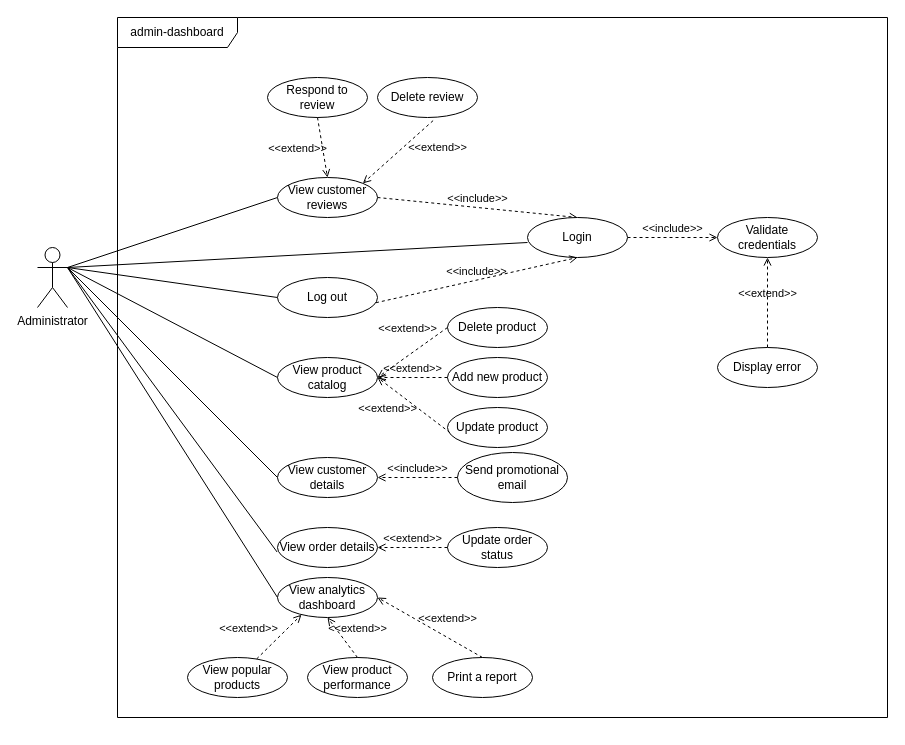
Before: page "admin-dashboard" (2 of 2) of resources/diagrams/use-case.dio in steamysips/steamy-sips, a draw.io diagram. Source tidied: cells renumbered, new cells numbered last; positions are measured from the earlier drawing's top-left corner, leaving out a move shared by most shapes. Both pictures are drawn from the tidied source at 100%, with x=0, y=0 at pixel (37, 17).
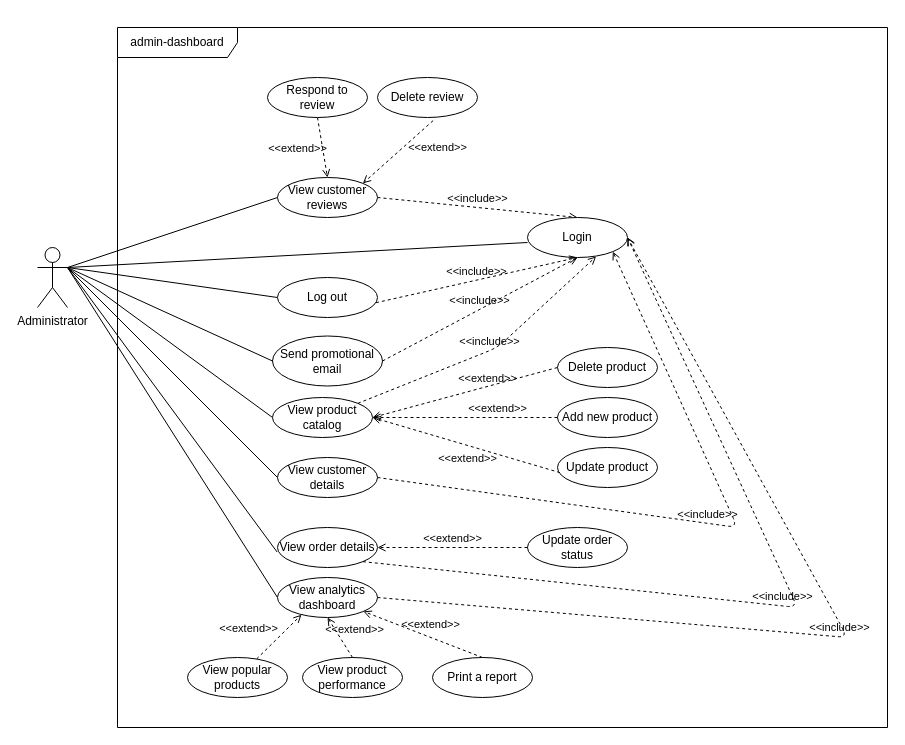
Above is the later version.

Unchanged cells that the change refers to:
```xml
<mxCell id="2" value="Administrator" style="shape=umlActor;verticalLabelPosition=bottom;verticalAlign=top;html=1;" parent="1" vertex="1">
  <mxGeometry y="230" width="30" height="60" as="geometry" />
</mxCell>
<mxCell id="15" value="Login" style="ellipse;whiteSpace=wrap;html=1;align=center;" parent="1" vertex="1">
  <mxGeometry x="490" y="200" width="100" height="40" as="geometry" />
</mxCell>
<mxCell id="17" value="View analytics dashboard" style="ellipse;whiteSpace=wrap;html=1;align=center;" parent="1" vertex="1">
  <mxGeometry x="240" y="560" width="100" height="40" as="geometry" />
</mxCell>
<mxCell id="25" value="View customer details" style="ellipse;whiteSpace=wrap;html=1;align=center;" parent="1" vertex="1">
  <mxGeometry x="240" y="440" width="100" height="40" as="geometry" />
</mxCell>
<mxCell id="26" value="View order details" style="ellipse;whiteSpace=wrap;html=1;align=center;" parent="1" vertex="1">
  <mxGeometry x="240" y="510" width="100" height="40" as="geometry" />
</mxCell>
<mxCell id="30" value="Print a report" style="ellipse;whiteSpace=wrap;html=1;align=center;" parent="1" vertex="1">
  <mxGeometry x="395" y="640" width="100" height="40" as="geometry" />
</mxCell>
```

Diff of the diagram source:
```diff
@@
-    <mxCell id="11" value="&amp;lt;&amp;lt;include&amp;gt;&amp;gt;" style="html=1;verticalAlign=bottom;labelBackgroundColor=none;endArrow=open;endFill=0;dashed=1;exitX=1;exitY=0.5;exitDx=0;exitDy=0;entryX=0;entryY=0.5;entryDx=0;entryDy=0;" parent="1" edge="1" source="15" target="27">
-      <mxGeometry relative="1" as="geometry" />
-    </mxCell>
-    <mxCell id="12" value="&amp;lt;&amp;lt;extend&amp;gt;&amp;gt;" style="html=1;verticalAlign=bottom;labelBackgroundColor=none;endArrow=open;endFill=0;dashed=1;exitX=0.5;exitY=0;exitDx=0;exitDy=0;entryX=0.5;entryY=1;entryDx=0;entryDy=0;" parent="1" edge="1" target="27">
-      <mxGeometry relative="1" as="geometry">
-        <mxPoint x="730" y="330" as="sourcePoint" />
-      </mxGeometry>
-    </mxCell>
     <mxCell id="13" value="admin-dashboard" style="shape=umlFrame;whiteSpace=wrap;html=1;width=120;height=30;" parent="1" vertex="1">
-      <mxGeometry x="80" width="770" height="700" as="geometry" />
+      <mxGeometry x="80" y="10" width="770" height="700" as="geometry" />
     </mxCell>
@@
     <mxCell id="18" value="View product&lt;br&gt;catalog" style="ellipse;whiteSpace=wrap;html=1;align=center;" parent="1" vertex="1">
-      <mxGeometry x="240" y="340" width="100" height="40" as="geometry" />
+      <mxGeometry x="235" y="380" width="100" height="40" as="geometry" />
     </mxCell>
     <mxCell id="19" value="Add new product" style="ellipse;whiteSpace=wrap;html=1;align=center;" parent="1" vertex="1">
-      <mxGeometry x="410" y="340" width="100" height="40" as="geometry" />
+      <mxGeometry x="520" y="380" width="100" height="40" as="geometry" />
     </mxCell>
     <mxCell id="20" value="Update product" style="ellipse;whiteSpace=wrap;html=1;align=center;" parent="1" vertex="1">
-      <mxGeometry x="410" y="390" width="100" height="40" as="geometry" />
+      <mxGeometry x="520" y="430" width="100" height="40" as="geometry" />
     </mxCell>
     <mxCell id="21" value="Delete product" style="ellipse;whiteSpace=wrap;html=1;align=center;" parent="1" vertex="1">
-      <mxGeometry x="410" y="290" width="100" height="40" as="geometry" />
+      <mxGeometry x="520" y="330" width="100" height="40" as="geometry" />
     </mxCell>
     <mxCell id="22" value="&amp;lt;&amp;lt;extend&amp;gt;&amp;gt;" style="html=1;verticalAlign=bottom;labelBackgroundColor=none;endArrow=open;endFill=0;dashed=1;exitX=0;exitY=0.5;exitDx=0;exitDy=0;entryX=1;entryY=0.5;entryDx=0;entryDy=0;" parent="1" edge="1" source="21" target="18">
-      <mxGeometry x="-0.11" y="-15" relative="1" as="geometry" />
+      <mxGeometry x="-0.24" y="1" relative="1" as="geometry" />
     </mxCell>
     <mxCell id="23" value="&amp;lt;&amp;lt;extend&amp;gt;&amp;gt;" style="html=1;verticalAlign=bottom;labelBackgroundColor=none;endArrow=open;endFill=0;dashed=1;exitX=0;exitY=0.5;exitDx=0;exitDy=0;" parent="1" edge="1" source="19">
-      <mxGeometry relative="1" as="geometry">
-        <mxPoint x="340" y="360" as="targetPoint" />
+      <mxGeometry x="-0.35" relative="1" as="geometry">
+        <mxPoint x="335" y="400" as="targetPoint" />
       </mxGeometry>
     </mxCell>
     <mxCell id="24" value="&amp;lt;&amp;lt;extend&amp;gt;&amp;gt;" style="html=1;verticalAlign=bottom;labelBackgroundColor=none;endArrow=open;endFill=0;dashed=1;exitX=0.025;exitY=0.628;exitDx=0;exitDy=0;exitPerimeter=0;entryX=1;entryY=0.5;entryDx=0;entryDy=0;" parent="1" edge="1" source="20" target="18">
-      <mxGeometry x="0.29" y="26" relative="1" as="geometry" />
+      <mxGeometry x="-0.08" y="21" relative="1" as="geometry" />
     </mxCell>
@@
-    <mxCell id="27" value="Validate credentials" style="ellipse;whiteSpace=wrap;html=1;align=center;" parent="1" vertex="1">
-      <mxGeometry x="680" y="200" width="100" height="40" as="geometry" />
-    </mxCell>
-    <mxCell id="28" value="Display error" style="ellipse;whiteSpace=wrap;html=1;align=center;" parent="1" vertex="1">
-      <mxGeometry x="680" y="330" width="100" height="40" as="geometry" />
-    </mxCell>
     <mxCell id="29" value="Update order status" style="ellipse;whiteSpace=wrap;html=1;align=center;" parent="1" vertex="1">
-      <mxGeometry x="410" y="510" width="100" height="40" as="geometry" />
+      <mxGeometry x="490" y="510" width="100" height="40" as="geometry" />
     </mxCell>
@@
-    <mxCell id="31" value="&amp;lt;&amp;lt;extend&amp;gt;&amp;gt;" style="html=1;verticalAlign=bottom;labelBackgroundColor=none;endArrow=open;endFill=0;dashed=1;exitX=0.5;exitY=0;exitDx=0;exitDy=0;entryX=1;entryY=0.5;entryDx=0;entryDy=0;" parent="1" edge="1" source="30" target="17">
-      <mxGeometry x="-0.25" y="-9" relative="1" as="geometry" />
+    <mxCell id="31" value="&amp;lt;&amp;lt;extend&amp;gt;&amp;gt;" style="html=1;verticalAlign=bottom;labelBackgroundColor=none;endArrow=open;endFill=0;dashed=1;exitX=0.5;exitY=0;exitDx=0;exitDy=0;" parent="1" edge="1" source="30" target="17">
+      <mxGeometry x="-0.11" y="-4" relative="1" as="geometry" />
     </mxCell>
@@
     <mxCell id="38" value="Send promotional email" style="ellipse;whiteSpace=wrap;html=1;align=center;" parent="1" vertex="1">
-      <mxGeometry x="420" y="435" width="110" height="50" as="geometry" />
+      <mxGeometry x="235" y="318.5" width="110" height="50" as="geometry" />
     </mxCell>
@@
     <mxCell id="40" value="View product performance" style="ellipse;whiteSpace=wrap;html=1;align=center;" parent="1" vertex="1">
-      <mxGeometry x="270" y="640" width="100" height="40" as="geometry" />
+      <mxGeometry x="265" y="640" width="100" height="40" as="geometry" />
     </mxCell>
-    <mxCell id="41" value="&amp;lt;&amp;lt;include&amp;gt;&amp;gt;" style="html=1;verticalAlign=bottom;labelBackgroundColor=none;endArrow=open;endFill=0;dashed=1;exitX=0;exitY=0.5;exitDx=0;exitDy=0;entryX=1;entryY=0.5;entryDx=0;entryDy=0;" parent="1" edge="1" source="38" target="25">
-      <mxGeometry relative="1" as="geometry" />
-    </mxCell>
@@
+    <mxCell id="44" style="endArrow=none;html=1;rounded=0;exitX=0;exitY=0.5;exitDx=0;exitDy=0;entryX=1;entryY=0.3333333333333333;entryDx=0;entryDy=0;entryPerimeter=0;" parent="1" edge="1" source="38" target="2">
+      <mxGeometry relative="1" as="geometry" />
+    </mxCell>
+    <mxCell id="45" value="&amp;lt;&amp;lt;include&amp;gt;&amp;gt;" style="html=1;verticalAlign=bottom;labelBackgroundColor=none;endArrow=open;endFill=0;dashed=1;exitX=1;exitY=0.5;exitDx=0;exitDy=0;entryX=0.5;entryY=1;entryDx=0;entryDy=0;" parent="1" edge="1" source="38" target="15">
+      <mxGeometry relative="1" as="geometry" />
+    </mxCell>
+    <mxCell id="46" value="&amp;lt;&amp;lt;include&amp;gt;&amp;gt;" style="html=1;verticalAlign=bottom;labelBackgroundColor=none;endArrow=open;endFill=0;dashed=1;exitX=1;exitY=0.5;exitDx=0;exitDy=0;entryX=1;entryY=1;entryDx=0;entryDy=0;" parent="1" edge="1" source="25" target="15">
+      <mxGeometry relative="1" as="geometry">
+        <Array as="points">
+          <mxPoint x="700" y="510" />
+        </Array>
+      </mxGeometry>
+    </mxCell>
+    <mxCell id="47" value="&amp;lt;&amp;lt;include&amp;gt;&amp;gt;" style="html=1;verticalAlign=bottom;labelBackgroundColor=none;endArrow=open;endFill=0;dashed=1;exitX=1;exitY=1;exitDx=0;exitDy=0;entryX=1;entryY=0.5;entryDx=0;entryDy=0;" parent="1" edge="1" source="26" target="15">
+      <mxGeometry relative="1" as="geometry">
+        <Array as="points">
+          <mxPoint x="760" y="590" />
+        </Array>
+      </mxGeometry>
+    </mxCell>
+    <mxCell id="48" value="&amp;lt;&amp;lt;include&amp;gt;&amp;gt;" style="html=1;verticalAlign=bottom;labelBackgroundColor=none;endArrow=open;endFill=0;dashed=1;exitX=1;exitY=0.5;exitDx=0;exitDy=0;" parent="1" edge="1" source="17">
+      <mxGeometry relative="1" as="geometry">
+        <mxPoint x="590" y="220" as="targetPoint" />
+        <Array as="points">
+          <mxPoint x="810" y="620" />
+        </Array>
+      </mxGeometry>
+    </mxCell>
+    <mxCell id="49" value="&amp;lt;&amp;lt;include&amp;gt;&amp;gt;" style="html=1;verticalAlign=bottom;labelBackgroundColor=none;endArrow=open;endFill=0;dashed=1;exitX=1;exitY=0;exitDx=0;exitDy=0;entryX=0.686;entryY=0.976;entryDx=0;entryDy=0;entryPerimeter=0;" parent="1" edge="1" source="18" target="15">
+      <mxGeometry relative="1" as="geometry">
+        <Array as="points">
+          <mxPoint x="460" y="330" />
+        </Array>
+      </mxGeometry>
+    </mxCell>
```
